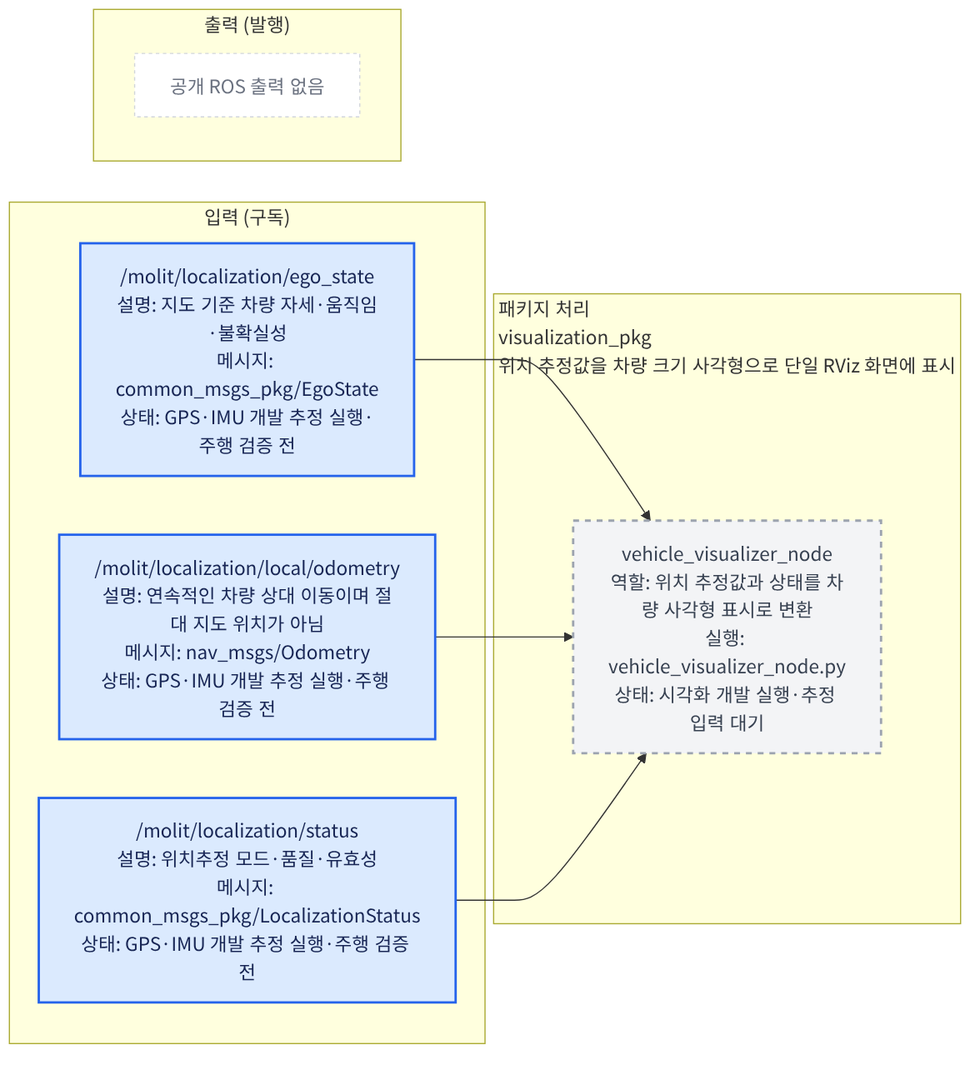
Before: src/visualization_pkg/docs/interface_io.png, a diagram exported from Mermaid (Team-Stier/Morai_Sim_team2). Its source is kept beside it as src/visualization_pkg/docs/interface_io.mmd. Source of this version:
```mermaid
flowchart LR
    classDef liveNode fill:#dcfce7,color:#14532d,stroke:#16a34a,stroke-width:2px;
    classDef reservedNode fill:#f3f4f6,color:#374151,stroke:#9ca3af,stroke-width:2px,stroke-dasharray: 5 5;
    classDef liveTopic fill:#dbeafe,color:#172554,stroke:#2563eb,stroke-width:2px;
    classDef reservedTopic fill:#fff7ed,color:#7c2d12,stroke:#f97316,stroke-width:2px,stroke-dasharray: 5 5;
    classDef emptyPort fill:#ffffff,color:#6b7280,stroke:#d1d5db,stroke-dasharray: 3 3;
    classDef externalEndpoint fill:#f3e8ff,color:#581c87,stroke:#9333ea,stroke-width:3px;

    subgraph INPUTS["입력 (구독)"]
        input_000["/molit/localization/ego_state<br/>설명: 지도 기준 차량 자세·움직임·불확실성<br/>메시지: common_msgs_pkg/EgoState<br/>상태: GPS·IMU 개발 추정 실행·주행 검증 전"]
        input_001["/molit/localization/local/odometry<br/>설명: 연속적인 차량 상대 이동이며 절대 지도 위치가 아님<br/>메시지: nav_msgs/Odometry<br/>상태: GPS·IMU 개발 추정 실행·주행 검증 전"]
        input_002["/molit/localization/status<br/>설명: 위치추정 모드·품질·유효성<br/>메시지: common_msgs_pkg/LocalizationStatus<br/>상태: GPS·IMU 개발 추정 실행·주행 검증 전"]
    end
    subgraph PACKAGE["패키지 처리<br/>visualization_pkg<br/>위치 추정값을 차량 크기 사각형으로 단일 RViz 화면에 표시"]
        local_node_000["vehicle_visualizer_node<br/>역할: 위치 추정값과 상태를 차량 사각형 표시로 변환<br/>실행: vehicle_visualizer_node.py<br/>상태: 시각화 개발 실행·추정 입력 대기"]
    end
    subgraph OUTPUTS["출력 (발행)"]
        no_outputs["공개 ROS 출력 없음"]
        class no_outputs emptyPort;
    end

    input_000 --> local_node_000
    input_001 --> local_node_000
    input_002 --> local_node_000

    class local_node_000 reservedNode;
    class input_000 liveTopic;
    class input_001 liveTopic;
    class input_002 liveTopic;
```
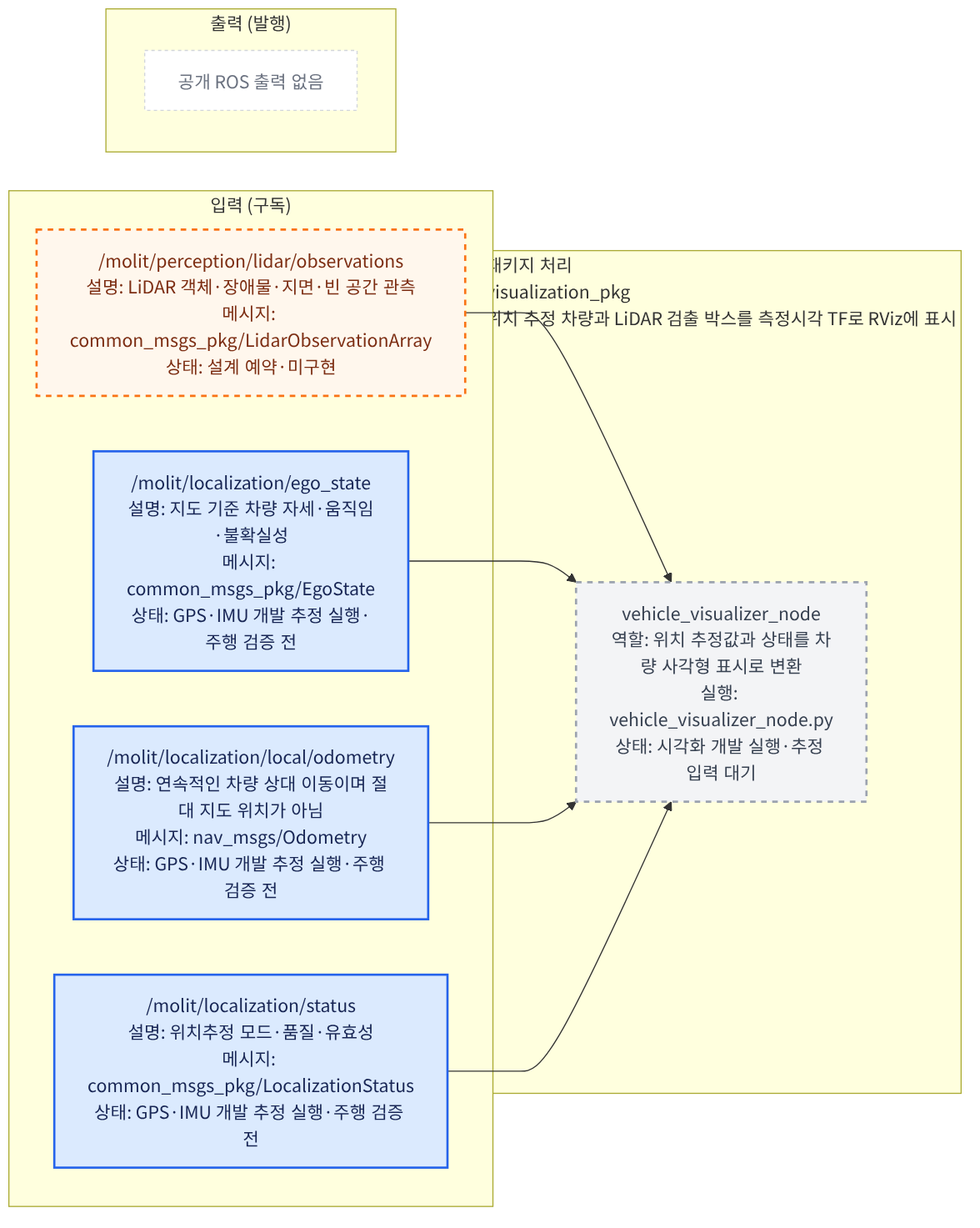
After the commit.

Change to the diagram source:
```diff
@@ -7,11 +7,12 @@
     classDef externalEndpoint fill:#f3e8ff,color:#581c87,stroke:#9333ea,stroke-width:3px;
 
     subgraph INPUTS["입력 (구독)"]
-        input_000["/molit/localization/ego_state<br/>설명: 지도 기준 차량 자세·움직임·불확실성<br/>메시지: common_msgs_pkg/EgoState<br/>상태: GPS·IMU 개발 추정 실행·주행 검증 전"]
-        input_001["/molit/localization/local/odometry<br/>설명: 연속적인 차량 상대 이동이며 절대 지도 위치가 아님<br/>메시지: nav_msgs/Odometry<br/>상태: GPS·IMU 개발 추정 실행·주행 검증 전"]
-        input_002["/molit/localization/status<br/>설명: 위치추정 모드·품질·유효성<br/>메시지: common_msgs_pkg/LocalizationStatus<br/>상태: GPS·IMU 개발 추정 실행·주행 검증 전"]
+        input_000["/molit/perception/lidar/observations<br/>설명: LiDAR 객체·장애물·지면·빈 공간 관측<br/>메시지: common_msgs_pkg/LidarObservationArray<br/>상태: 설계 예약·미구현"]
+        input_001["/molit/localization/ego_state<br/>설명: 지도 기준 차량 자세·움직임·불확실성<br/>메시지: common_msgs_pkg/EgoState<br/>상태: GPS·IMU 개발 추정 실행·주행 검증 전"]
+        input_002["/molit/localization/local/odometry<br/>설명: 연속적인 차량 상대 이동이며 절대 지도 위치가 아님<br/>메시지: nav_msgs/Odometry<br/>상태: GPS·IMU 개발 추정 실행·주행 검증 전"]
+        input_003["/molit/localization/status<br/>설명: 위치추정 모드·품질·유효성<br/>메시지: common_msgs_pkg/LocalizationStatus<br/>상태: GPS·IMU 개발 추정 실행·주행 검증 전"]
     end
-    subgraph PACKAGE["패키지 처리<br/>visualization_pkg<br/>위치 추정값을 차량 크기 사각형으로 단일 RViz 화면에 표시"]
+    subgraph PACKAGE["패키지 처리<br/>visualization_pkg<br/>위치 추정 차량과 LiDAR 검출 박스를 측정시각 TF로 RViz에 표시"]
         local_node_000["vehicle_visualizer_node<br/>역할: 위치 추정값과 상태를 차량 사각형 표시로 변환<br/>실행: vehicle_visualizer_node.py<br/>상태: 시각화 개발 실행·추정 입력 대기"]
     end
     subgraph OUTPUTS["출력 (발행)"]
@@ -22,8 +23,10 @@
     input_000 --> local_node_000
     input_001 --> local_node_000
     input_002 --> local_node_000
+    input_003 --> local_node_000
 
     class local_node_000 reservedNode;
-    class input_000 liveTopic;
+    class input_000 reservedTopic;
     class input_001 liveTopic;
     class input_002 liveTopic;
+    class input_003 liveTopic;
```
